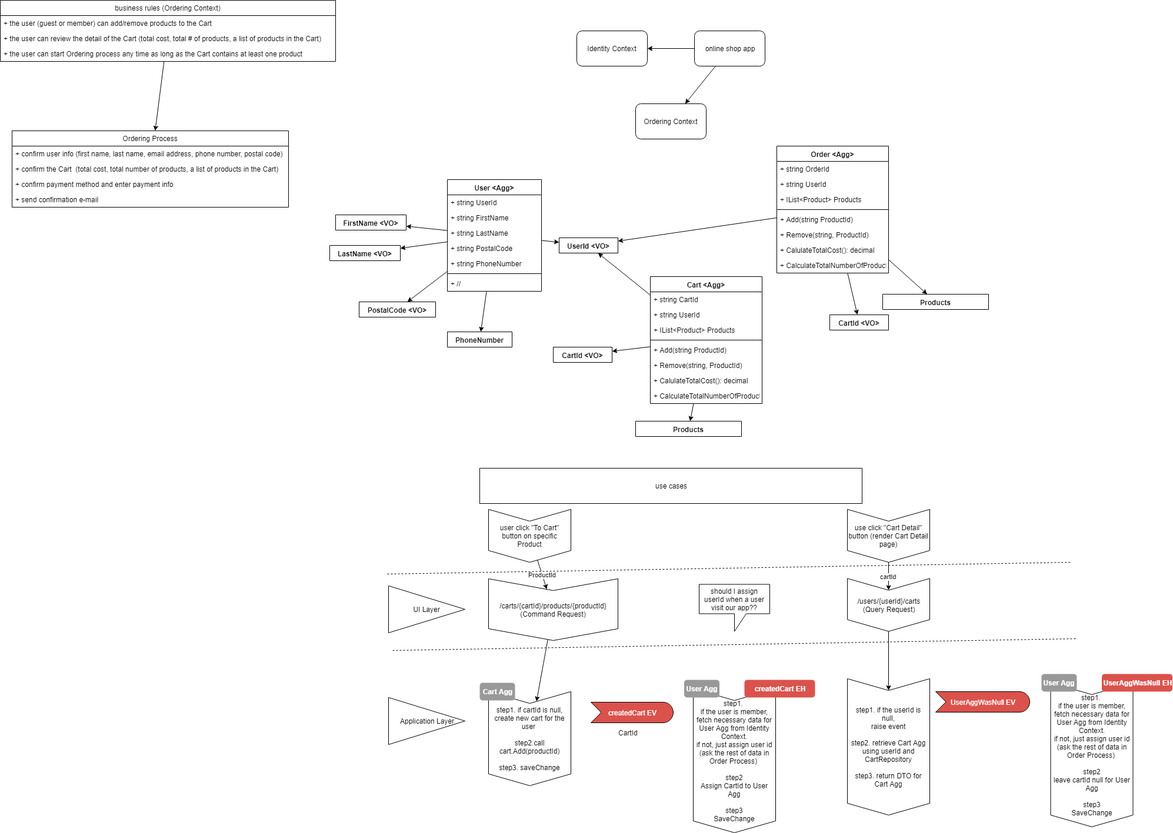
Before: DDD_OnlineShop_Design.PNG, a diagram exported from draw.io (stsiwo/ddd_concept). Source tidied: cells renumbered, new cells last; positions are measured from the earlier drawing's top-left corner, leaving out a move shared by most shapes.
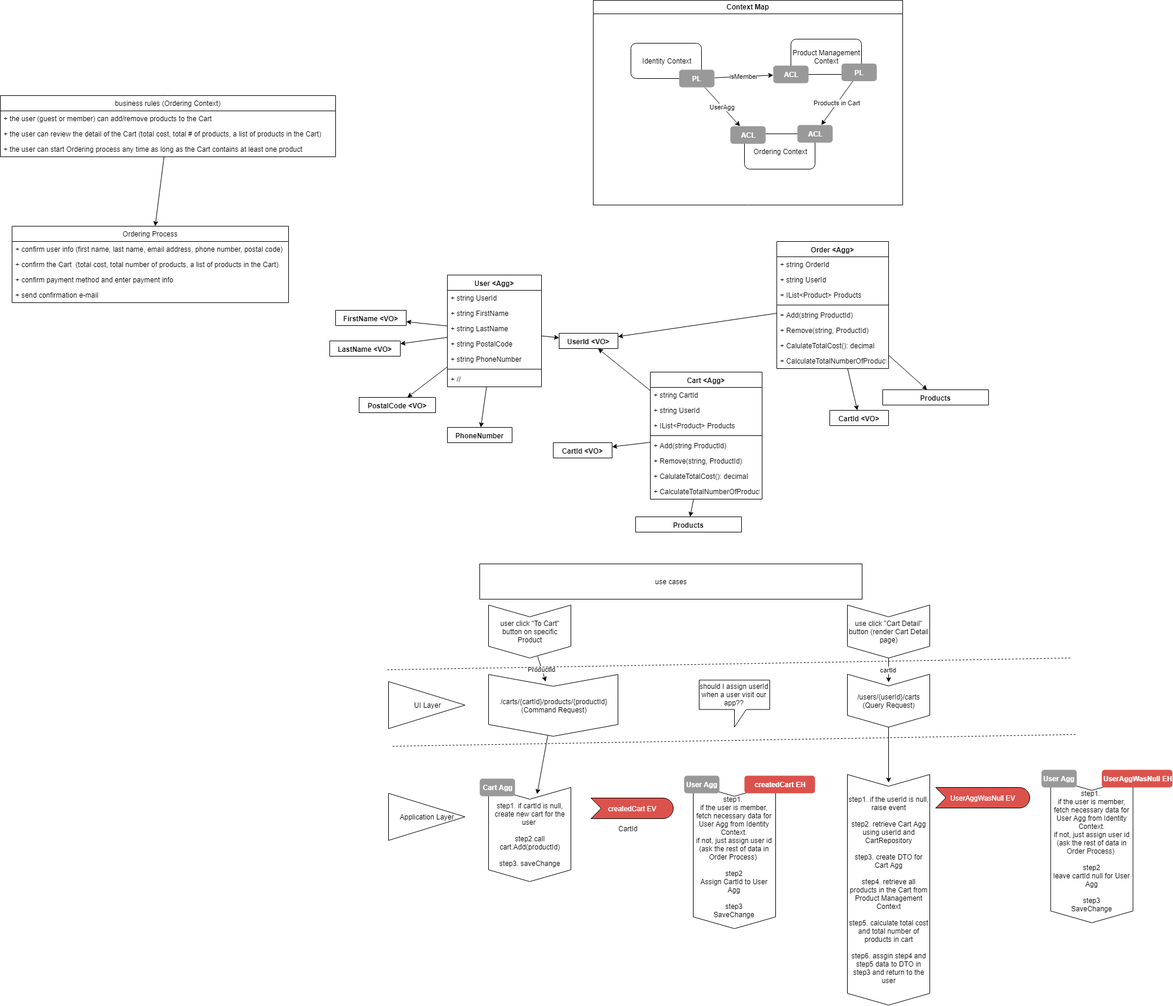
Later version of the same file.

What changed in the source:
```diff
@@ -2,21 +2,6 @@
   <root>
     <mxCell id="0" />
     <mxCell id="1" parent="0" />
-    <mxCell id="2" style="rounded=0;jettySize=auto;html=1;" parent="1" edge="1" source="4" target="6">
-      <mxGeometry relative="1" as="geometry" />
-    </mxCell>
-    <mxCell id="3" style="edgeStyle=none;rounded=0;jettySize=auto;html=1;" parent="1" edge="1" source="4" target="5">
-      <mxGeometry relative="1" as="geometry" />
-    </mxCell>
-    <mxCell id="4" value="online shop app" style="rounded=1;whiteSpace=wrap;html=1;" parent="1" vertex="1">
-      <mxGeometry x="1180" y="52" width="120" height="60" as="geometry" />
-    </mxCell>
-    <mxCell id="5" value="Identity Context" style="rounded=1;whiteSpace=wrap;html=1;" parent="1" vertex="1">
-      <mxGeometry x="980" y="52" width="120" height="60" as="geometry" />
-    </mxCell>
-    <mxCell id="6" value="Ordering Context" style="rounded=1;whiteSpace=wrap;html=1;" parent="1" vertex="1">
-      <mxGeometry x="1080" y="176" width="120" height="60" as="geometry" />
-    </mxCell>
     <mxCell id="7" style="edgeStyle=none;rounded=0;jettySize=auto;html=1;" parent="1" edge="1" source="8" target="12">
       <mxGeometry relative="1" as="geometry" />
     </mxCell>
@@ -224,8 +209,8 @@
     <mxCell id="75" value="/users/{userId}/carts&lt;br&gt;(Query Request)&lt;br&gt;" style="shape=step;perimeter=stepPerimeter;whiteSpace=wrap;html=1;fixedSize=1;direction=south;" parent="1" vertex="1">
       <mxGeometry x="1440" y="983.5" width="140" height="90" as="geometry" />
     </mxCell>
-    <mxCell id="76" value="step1. if the userId is null,&lt;br&gt;raise event&lt;br&gt;&lt;br&gt;step2. retrieve Cart Agg using userId and CartRepository&lt;br&gt;&lt;br&gt;step3. return DTO for Cart Agg&lt;br&gt;" style="shape=step;perimeter=stepPerimeter;whiteSpace=wrap;html=1;fixedSize=1;direction=south;" parent="1" vertex="1">
-      <mxGeometry x="1440" y="1154" width="140" height="232" as="geometry" />
+    <mxCell id="76" value="step1. if the userId is null,&lt;br&gt;raise event&lt;br&gt;&lt;br&gt;step2. retrieve Cart Agg using userId and CartRepository&lt;br&gt;&lt;br&gt;step3. create DTO for Cart Agg&lt;br&gt;&lt;br&gt;step4. retrieve all products in the Cart from Product Management Context&lt;br&gt;&lt;br&gt;step5. calculate total cost and total number of products in cart&lt;br&gt;&lt;br&gt;step6. assgin step4 and step5 data to DTO in step3 and return to the user&lt;br&gt;" style="shape=step;perimeter=stepPerimeter;whiteSpace=wrap;html=1;fixedSize=1;direction=south;" parent="1" vertex="1">
+      <mxGeometry x="1440" y="1154" width="140" height="392" as="geometry" />
     </mxCell>
     <mxCell id="77" value="Cart Agg" style="html=1;shadow=0;dashed=0;shape=mxgraph.bootstrap.rrect;align=center;rSize=5;strokeColor=none;fillColor=#999999;fontColor=#ffffff;fontStyle=1;whiteSpace=wrap;" parent="1" vertex="1">
       <mxGeometry x="815" y="1161" width="60" height="30" as="geometry" />
@@ -272,5 +257,41 @@
     <mxCell id="89" value="&amp;nbsp; &amp;nbsp;&amp;nbsp;" style="text;html=1;align=left;verticalAlign=top;spacingTop=-4;" parent="1" vertex="1">
       <mxGeometry x="1380" y="1315" width="30" height="20" as="geometry" />
     </mxCell>
+    <mxCell id="90" value="Context Map" style="swimlane;fillColor=#FFFFFF;" parent="1" vertex="1">
+      <mxGeometry x="1008" y="-162" width="526" height="348" as="geometry" />
+    </mxCell>
+    <mxCell id="91" value="isMember" style="edgeStyle=none;rounded=0;jettySize=auto;html=1;" parent="90" edge="1" source="94" target="95">
+      <mxGeometry relative="1" as="geometry" />
+    </mxCell>
+    <mxCell id="5" value="Identity Context" style="rounded=1;whiteSpace=wrap;html=1;" parent="90" vertex="1">
+      <mxGeometry x="64" y="73" width="120" height="60" as="geometry" />
+    </mxCell>
+    <mxCell id="92" value="Product Management Context" style="rounded=1;whiteSpace=wrap;html=1;" parent="90" vertex="1">
+      <mxGeometry x="336" y="66" width="120" height="60" as="geometry" />
+    </mxCell>
+    <mxCell id="6" value="Ordering Context" style="rounded=1;whiteSpace=wrap;html=1;" parent="90" vertex="1">
+      <mxGeometry x="257" y="227" width="120" height="60" as="geometry" />
+    </mxCell>
+    <mxCell id="93" value="UserAgg" style="edgeStyle=none;rounded=0;jettySize=auto;html=1;" parent="90" edge="1" source="94" target="96">
+      <mxGeometry relative="1" as="geometry" />
+    </mxCell>
+    <mxCell id="94" value="PL" style="html=1;shadow=0;dashed=0;shape=mxgraph.bootstrap.rrect;align=center;rSize=5;strokeColor=none;fillColor=#999999;fontColor=#ffffff;fontStyle=1;whiteSpace=wrap;" parent="90" vertex="1">
+      <mxGeometry x="146" y="118" width="60" height="30" as="geometry" />
+    </mxCell>
+    <mxCell id="95" value="ACL" style="html=1;shadow=0;dashed=0;shape=mxgraph.bootstrap.rrect;align=center;rSize=5;strokeColor=none;fillColor=#999999;fontColor=#ffffff;fontStyle=1;whiteSpace=wrap;" parent="90" vertex="1">
+      <mxGeometry x="306" y="111" width="60" height="30" as="geometry" />
+    </mxCell>
+    <mxCell id="96" value="ACL" style="html=1;shadow=0;dashed=0;shape=mxgraph.bootstrap.rrect;align=center;rSize=5;strokeColor=none;fillColor=#999999;fontColor=#ffffff;fontStyle=1;whiteSpace=wrap;" parent="90" vertex="1">
+      <mxGeometry x="233" y="214" width="60" height="30" as="geometry" />
+    </mxCell>
+    <mxCell id="97" value="Products in Cart" style="edgeStyle=none;rounded=0;jettySize=auto;html=1;" parent="90" edge="1" source="98" target="99">
+      <mxGeometry relative="1" as="geometry" />
+    </mxCell>
+    <mxCell id="98" value="PL" style="html=1;shadow=0;dashed=0;shape=mxgraph.bootstrap.rrect;align=center;rSize=5;strokeColor=none;fillColor=#999999;fontColor=#ffffff;fontStyle=1;whiteSpace=wrap;" parent="90" vertex="1">
+      <mxGeometry x="422" y="107.5" width="60" height="30" as="geometry" />
+    </mxCell>
+    <mxCell id="99" value="ACL" style="html=1;shadow=0;dashed=0;shape=mxgraph.bootstrap.rrect;align=center;rSize=5;strokeColor=none;fillColor=#999999;fontColor=#ffffff;fontStyle=1;whiteSpace=wrap;" parent="90" vertex="1">
+      <mxGeometry x="347" y="212" width="60" height="30" as="geometry" />
+    </mxCell>
   </root>
 </mxGraphModel>
```
